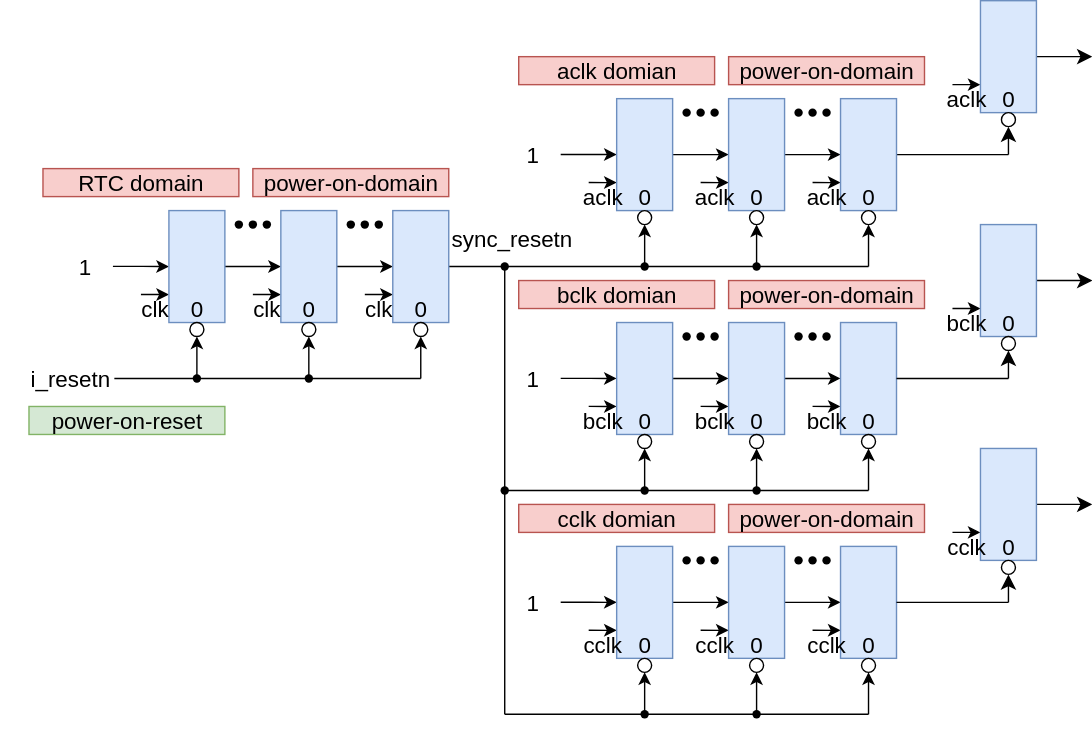
Above: de/platform_clk_resetn_gen/sync_resetn/include/resetn_arch.svg in jnjnliwenjie0022/obs (draw.io), before the change. Source tidied: cells renumbered, new cells last; positions are measured from the earlier drawing's top-left corner, leaving out a move shared by most shapes.
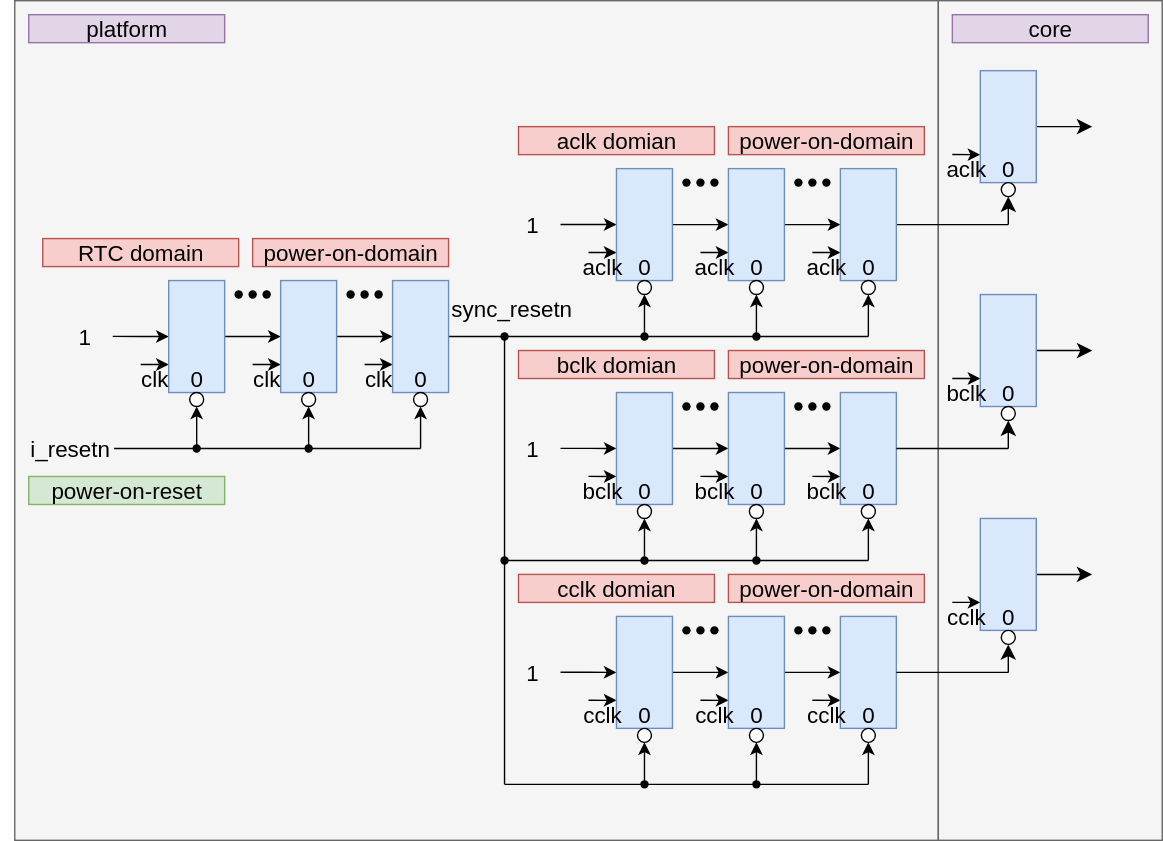
The same diagram one commit later.

Diff of the diagram source:
```diff
@@ -2,6 +2,12 @@
   <root>
     <mxCell id="0" />
     <mxCell id="1" parent="0" />
+    <mxCell id="166" style="rounded=0;whiteSpace=wrap;html=1;fontSize=16;fillColor=#f5f5f5;strokeColor=#666666;fontColor=#333333;" parent="1" vertex="1">
+      <mxGeometry x="10" y="-50" width="660" height="600" as="geometry" />
+    </mxCell>
+    <mxCell id="167" style="rounded=0;whiteSpace=wrap;html=1;fontSize=16;fillColor=#f5f5f5;strokeColor=#666666;fontColor=#333333;" parent="1" vertex="1">
+      <mxGeometry x="670" y="-50" width="160" height="600" as="geometry" />
+    </mxCell>
     <mxCell id="2" style="edgeStyle=orthogonalEdgeStyle;rounded=0;jettySize=auto;html=1;exitX=0;exitY=0.5;exitDx=0;exitDy=0;entryX=0;entryY=0.5;entryDx=0;entryDy=0;" parent="1" edge="1" target="6">
       <mxGeometry relative="1" as="geometry">
         <mxPoint x="80" y="189.9" as="sourcePoint" />
@@ -592,5 +598,11 @@
     <mxCell id="165" value="power-on-domain" style="rounded=0;whiteSpace=wrap;html=1;fontSize=16;fillColor=#f8cecc;strokeColor=#b85450;align=center;" parent="1" vertex="1">
       <mxGeometry x="520" y="40" width="140" height="20" as="geometry" />
     </mxCell>
+    <mxCell id="168" value="platform" style="rounded=0;whiteSpace=wrap;html=1;fontSize=16;fillColor=#e1d5e7;strokeColor=#9673a6;align=center;" parent="1" vertex="1">
+      <mxGeometry x="20" y="-40" width="140" height="20" as="geometry" />
+    </mxCell>
+    <mxCell id="169" value="core" style="rounded=0;whiteSpace=wrap;html=1;fontSize=16;fillColor=#e1d5e7;strokeColor=#9673a6;align=center;" parent="1" vertex="1">
+      <mxGeometry x="680" y="-40" width="140" height="20" as="geometry" />
+    </mxCell>
   </root>
 </mxGraphModel>
```
